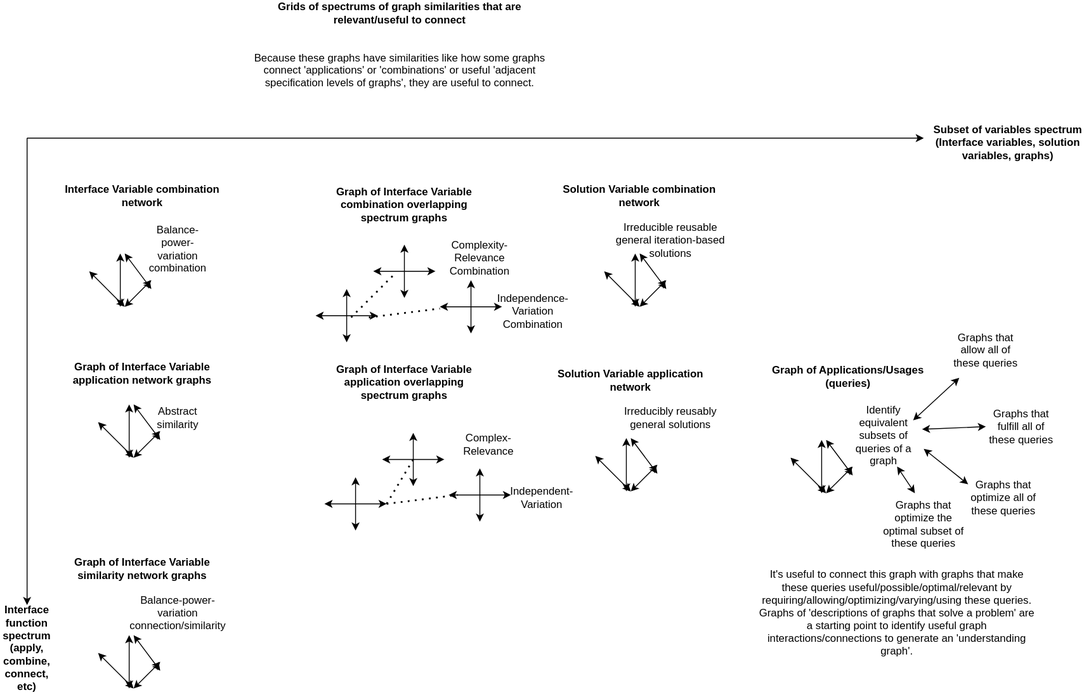
Before: docs/objects/useful_graph_spectrums.drawio.svg, a diagram exported from draw.io (outdreamer/build-a-cure). Source tidied: cells renumbered, new cells last; positions are measured from the earlier drawing's top-left corner, leaving out a move shared by most shapes.
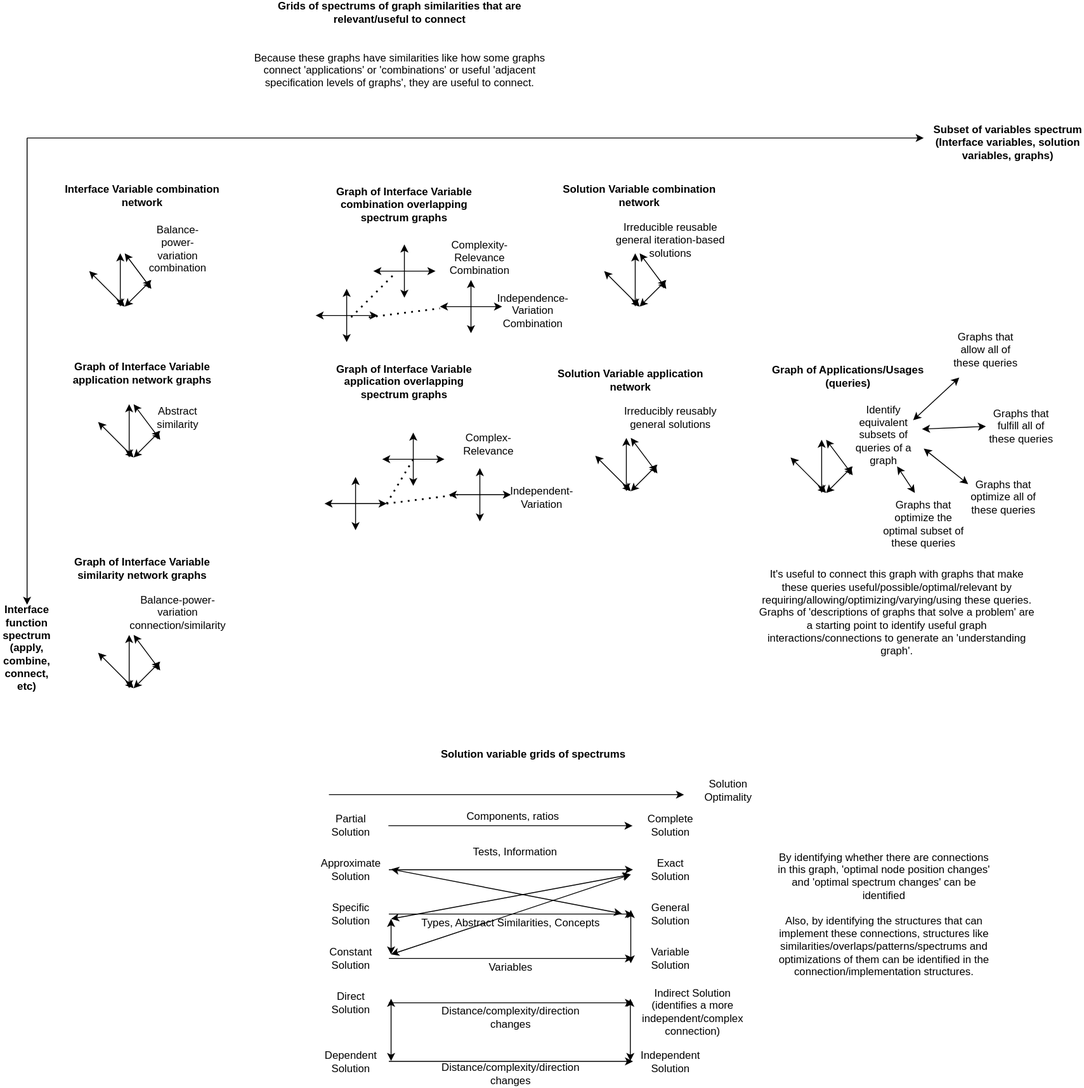
Later version of the same file.

The edit, as a diff of the source:
```diff
@@ -353,5 +353,152 @@
         <mxPoint x="1030" y="520" as="targetPoint" />
       </mxGeometry>
     </mxCell>
+    <mxCell id="74" value="Solution variable grids of spectrums" style="text;html=1;strokeColor=none;fillColor=none;align=center;verticalAlign=middle;whiteSpace=wrap;rounded=0;fontStyle=1;" parent="1" vertex="1">
+      <mxGeometry x="487.5" y="800" width="225" height="30" as="geometry" />
+    </mxCell>
+    <mxCell id="75" style="endArrow=classic;html=1;rounded=0;" parent="1" edge="1">
+      <mxGeometry relative="1" as="geometry">
+        <mxPoint x="370" y="860" as="sourcePoint" />
+        <mxPoint x="770" y="860" as="targetPoint" />
+      </mxGeometry>
+    </mxCell>
+    <mxCell id="76" value="Solution Optimality" style="text;html=1;strokeColor=none;fillColor=none;align=center;verticalAlign=middle;whiteSpace=wrap;rounded=0;" parent="1" vertex="1">
+      <mxGeometry x="790" y="840" width="60" height="30" as="geometry" />
+    </mxCell>
+    <mxCell id="77" value="Approximate Solution" style="text;html=1;strokeColor=none;fillColor=none;align=center;verticalAlign=middle;whiteSpace=wrap;rounded=0;" parent="1" vertex="1">
+      <mxGeometry x="365" y="930" width="60" height="30" as="geometry" />
+    </mxCell>
+    <mxCell id="78" value="Exact Solution" style="text;html=1;strokeColor=none;fillColor=none;align=center;verticalAlign=middle;whiteSpace=wrap;rounded=0;" parent="1" vertex="1">
+      <mxGeometry x="725" y="930" width="60" height="30" as="geometry" />
+    </mxCell>
+    <mxCell id="79" value="General Solution" style="text;html=1;strokeColor=none;fillColor=none;align=center;verticalAlign=middle;whiteSpace=wrap;rounded=0;" parent="1" vertex="1">
+      <mxGeometry x="725" y="980" width="60" height="30" as="geometry" />
+    </mxCell>
+    <mxCell id="80" value="Partial Solution" style="text;html=1;strokeColor=none;fillColor=none;align=center;verticalAlign=middle;whiteSpace=wrap;rounded=0;" parent="1" vertex="1">
+      <mxGeometry x="365" y="880" width="60" height="30" as="geometry" />
+    </mxCell>
+    <mxCell id="81" value="Constant Solution" style="text;html=1;strokeColor=none;fillColor=none;align=center;verticalAlign=middle;whiteSpace=wrap;rounded=0;" parent="1" vertex="1">
+      <mxGeometry x="365" y="1030" width="60" height="30" as="geometry" />
+    </mxCell>
+    <mxCell id="82" value="Variable Solution" style="text;html=1;strokeColor=none;fillColor=none;align=center;verticalAlign=middle;whiteSpace=wrap;rounded=0;" parent="1" vertex="1">
+      <mxGeometry x="725" y="1030" width="60" height="30" as="geometry" />
+    </mxCell>
+    <mxCell id="83" value="Direct Solution" style="text;html=1;strokeColor=none;fillColor=none;align=center;verticalAlign=middle;whiteSpace=wrap;rounded=0;" parent="1" vertex="1">
+      <mxGeometry x="365" y="1080" width="60" height="30" as="geometry" />
+    </mxCell>
+    <mxCell id="84" value="Indirect Solution (identifies a more independent/complex connection)" style="text;html=1;strokeColor=none;fillColor=none;align=center;verticalAlign=middle;whiteSpace=wrap;rounded=0;" parent="1" vertex="1">
+      <mxGeometry x="750" y="1090" width="60" height="30" as="geometry" />
+    </mxCell>
+    <mxCell id="85" value="Specific Solution" style="text;html=1;strokeColor=none;fillColor=none;align=center;verticalAlign=middle;whiteSpace=wrap;rounded=0;" parent="1" vertex="1">
+      <mxGeometry x="365" y="980" width="60" height="30" as="geometry" />
+    </mxCell>
+    <mxCell id="86" value="Complete Solution" style="text;html=1;strokeColor=none;fillColor=none;align=center;verticalAlign=middle;whiteSpace=wrap;rounded=0;" parent="1" vertex="1">
+      <mxGeometry x="725" y="880" width="60" height="30" as="geometry" />
+    </mxCell>
+    <mxCell id="87" value="Dependent Solution" style="text;html=1;strokeColor=none;fillColor=none;align=center;verticalAlign=middle;whiteSpace=wrap;rounded=0;" parent="1" vertex="1">
+      <mxGeometry x="365" y="1146" width="60" height="30" as="geometry" />
+    </mxCell>
+    <mxCell id="88" value="Independent Solution" style="text;html=1;strokeColor=none;fillColor=none;align=center;verticalAlign=middle;whiteSpace=wrap;rounded=0;" parent="1" vertex="1">
+      <mxGeometry x="725" y="1146" width="60" height="30" as="geometry" />
+    </mxCell>
+    <mxCell id="89" style="endArrow=classic;html=1;rounded=0;exitX=1;exitY=0.5;exitDx=0;exitDy=0;" parent="1" edge="1">
+      <mxGeometry relative="1" as="geometry">
+        <mxPoint x="437" y="895" as="sourcePoint" />
+        <mxPoint x="712" y="895" as="targetPoint" />
+      </mxGeometry>
+    </mxCell>
+    <mxCell id="90" style="endArrow=classic;html=1;rounded=0;exitX=1;exitY=0.5;exitDx=0;exitDy=0;" parent="1" edge="1">
+      <mxGeometry relative="1" as="geometry">
+        <mxPoint x="437.5" y="944.5" as="sourcePoint" />
+        <mxPoint x="712.5" y="944.5" as="targetPoint" />
+      </mxGeometry>
+    </mxCell>
+    <mxCell id="91" style="endArrow=classic;html=1;rounded=0;exitX=1;exitY=0.5;exitDx=0;exitDy=0;" parent="1" edge="1">
+      <mxGeometry relative="1" as="geometry">
+        <mxPoint x="437.5" y="994.5" as="sourcePoint" />
+        <mxPoint x="712.5" y="994.5" as="targetPoint" />
+      </mxGeometry>
+    </mxCell>
+    <mxCell id="92" style="endArrow=classic;html=1;rounded=0;exitX=1;exitY=0.5;exitDx=0;exitDy=0;" parent="1" edge="1">
+      <mxGeometry relative="1" as="geometry">
+        <mxPoint x="437.5" y="1044.5" as="sourcePoint" />
+        <mxPoint x="712.5" y="1044.5" as="targetPoint" />
+      </mxGeometry>
+    </mxCell>
+    <mxCell id="93" style="endArrow=classic;html=1;rounded=0;exitX=1;exitY=0.5;exitDx=0;exitDy=0;" parent="1" edge="1">
+      <mxGeometry relative="1" as="geometry">
+        <mxPoint x="437.5" y="1094.5" as="sourcePoint" />
+        <mxPoint x="712.5" y="1094.5" as="targetPoint" />
+      </mxGeometry>
+    </mxCell>
+    <mxCell id="94" style="endArrow=classic;html=1;rounded=0;exitX=1;exitY=0.5;exitDx=0;exitDy=0;" parent="1" edge="1">
+      <mxGeometry relative="1" as="geometry">
+        <mxPoint x="437.5" y="1160.5" as="sourcePoint" />
+        <mxPoint x="712.5" y="1160.5" as="targetPoint" />
+      </mxGeometry>
+    </mxCell>
+    <mxCell id="95" style="endArrow=classic;startArrow=classic;html=1;rounded=0;" parent="1" edge="1">
+      <mxGeometry relative="1" as="geometry">
+        <mxPoint x="440" y="944" as="sourcePoint" />
+        <mxPoint x="700" y="994" as="targetPoint" />
+      </mxGeometry>
+    </mxCell>
+    <mxCell id="96" style="endArrow=classic;startArrow=classic;html=1;rounded=0;" parent="1" edge="1">
+      <mxGeometry relative="1" as="geometry">
+        <mxPoint x="440" y="1000" as="sourcePoint" />
+        <mxPoint x="440" y="1040" as="targetPoint" />
+      </mxGeometry>
+    </mxCell>
+    <mxCell id="97" style="endArrow=classic;startArrow=classic;html=1;rounded=0;" parent="1" edge="1">
+      <mxGeometry relative="1" as="geometry">
+        <mxPoint x="710" y="990" as="sourcePoint" />
+        <mxPoint x="710" y="1050" as="targetPoint" />
+      </mxGeometry>
+    </mxCell>
+    <mxCell id="98" style="endArrow=classic;startArrow=classic;html=1;rounded=0;" parent="1" edge="1">
+      <mxGeometry relative="1" as="geometry">
+        <mxPoint x="710" y="950" as="sourcePoint" />
+        <mxPoint x="440" y="1000" as="targetPoint" />
+      </mxGeometry>
+    </mxCell>
+    <mxCell id="99" style="endArrow=classic;startArrow=classic;html=1;rounded=0;" parent="1" edge="1">
+      <mxGeometry relative="1" as="geometry">
+        <mxPoint x="710" y="950" as="sourcePoint" />
+        <mxPoint x="440" y="1040" as="targetPoint" />
+      </mxGeometry>
+    </mxCell>
+    <mxCell id="100" style="endArrow=classic;startArrow=classic;html=1;rounded=0;" parent="1" edge="1">
+      <mxGeometry relative="1" as="geometry">
+        <mxPoint x="440" y="1160" as="sourcePoint" />
+        <mxPoint x="440" y="1090" as="targetPoint" />
+      </mxGeometry>
+    </mxCell>
+    <mxCell id="101" style="endArrow=classic;startArrow=classic;html=1;rounded=0;" parent="1" edge="1">
+      <mxGeometry relative="1" as="geometry">
+        <mxPoint x="709.5" y="1160" as="sourcePoint" />
+        <mxPoint x="709.5" y="1090" as="targetPoint" />
+      </mxGeometry>
+    </mxCell>
+    <mxCell id="102" value="By identifying whether there are connections in this graph, 'optimal node position changes' and 'optimal spectrum changes' can be identified&lt;br&gt;&lt;br&gt;Also, by identifying the structures that can implement these connections, structures like similarities/overlaps/patterns/spectrums and optimizations of them can be identified in the connection/implementation structures." style="text;html=1;strokeColor=none;fillColor=none;align=center;verticalAlign=middle;whiteSpace=wrap;rounded=0;" parent="1" vertex="1">
+      <mxGeometry x="872.5" y="980" width="245" height="30" as="geometry" />
+    </mxCell>
+    <mxCell id="103" value="Tests, Information" style="text;html=1;strokeColor=none;fillColor=none;align=center;verticalAlign=middle;whiteSpace=wrap;rounded=0;" parent="1" vertex="1">
+      <mxGeometry x="525" y="910" width="110" height="30" as="geometry" />
+    </mxCell>
+    <mxCell id="104" value="Types, Abstract Similarities, Concepts" style="text;html=1;strokeColor=none;fillColor=none;align=center;verticalAlign=middle;whiteSpace=wrap;rounded=0;" parent="1" vertex="1">
+      <mxGeometry x="465" y="990" width="220" height="30" as="geometry" />
+    </mxCell>
+    <mxCell id="105" value="Variables" style="text;html=1;strokeColor=none;fillColor=none;align=center;verticalAlign=middle;whiteSpace=wrap;rounded=0;" parent="1" vertex="1">
+      <mxGeometry x="545" y="1040" width="60" height="30" as="geometry" />
+    </mxCell>
+    <mxCell id="106" value="Distance/complexity/direction changes" style="text;html=1;strokeColor=none;fillColor=none;align=center;verticalAlign=middle;whiteSpace=wrap;rounded=0;" parent="1" vertex="1">
+      <mxGeometry x="545" y="1096" width="60" height="30" as="geometry" />
+    </mxCell>
+    <mxCell id="107" value="Distance/complexity/direction changes" style="text;html=1;strokeColor=none;fillColor=none;align=center;verticalAlign=middle;whiteSpace=wrap;rounded=0;" parent="1" vertex="1">
+      <mxGeometry x="545" y="1160" width="60" height="30" as="geometry" />
+    </mxCell>
+    <mxCell id="108" value="Components, ratios" style="text;html=1;strokeColor=none;fillColor=none;align=center;verticalAlign=middle;whiteSpace=wrap;rounded=0;" parent="1" vertex="1">
+      <mxGeometry x="515" y="870" width="125" height="30" as="geometry" />
+    </mxCell>
   </root>
 </mxGraphModel>
```
